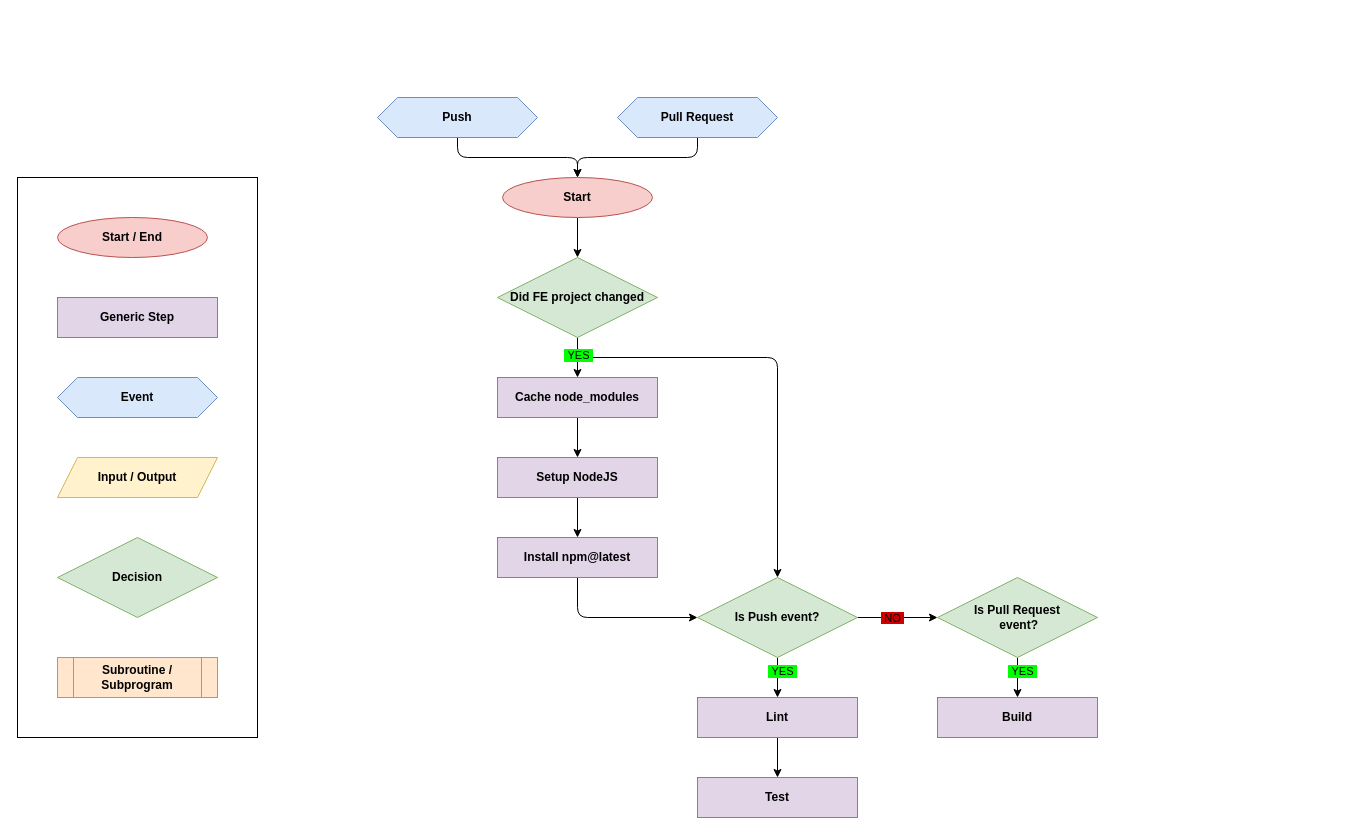
Above: wiki/ci/ci-develop-frontend.drawio in paulAlexSerban/tpl--living-style-guide (draw.io), before the change. Source tidied: cells renumbered, new cells numbered last; positions are measured from the earlier drawing's top-left corner, leaving out a move shared by most shapes. Both pictures are drawn from the tidied source at 100%, with x=0, y=0 at pixel (17, 97).
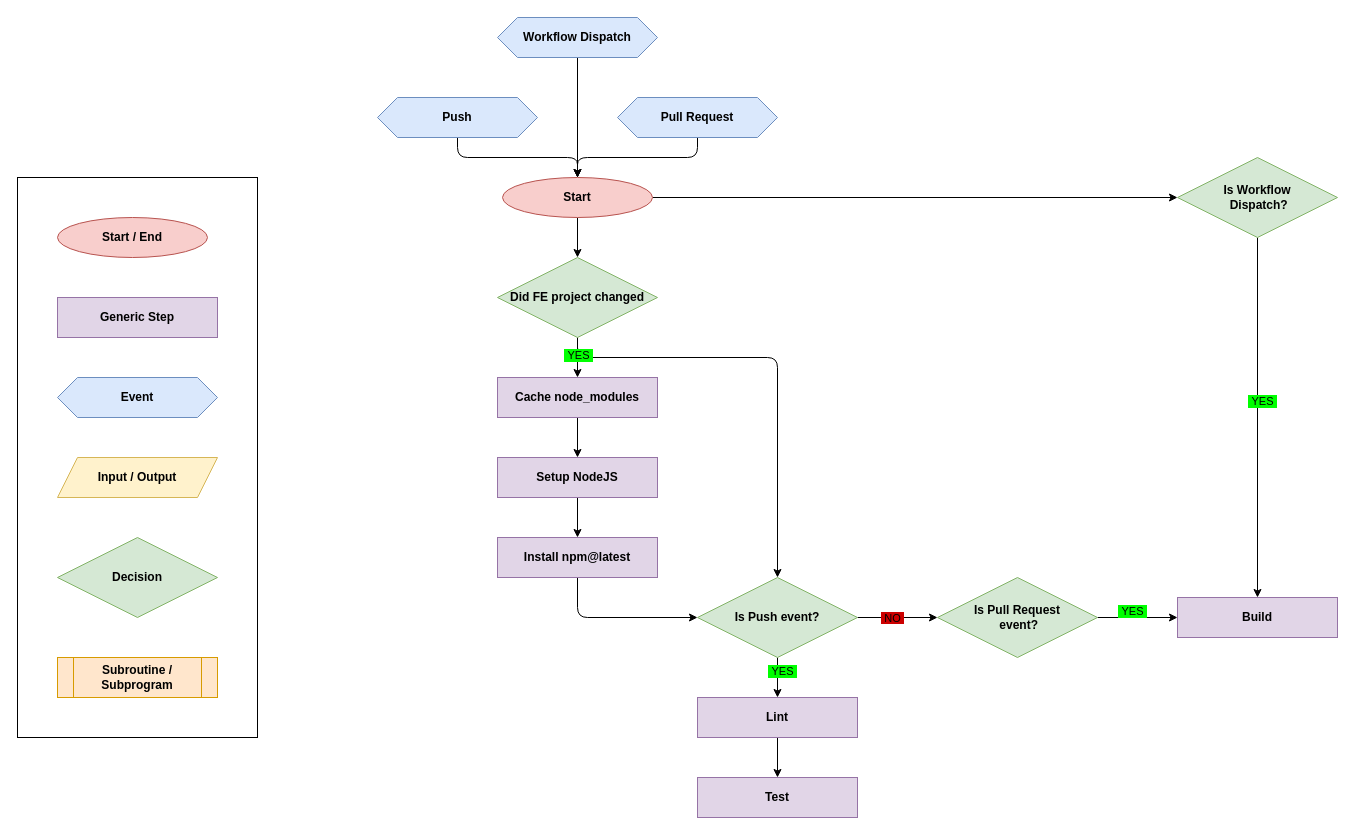
The same diagram, later.

Unchanged cells that the change refers to:
```xml
<mxCell id="13" value="&lt;font color=&quot;#000000&quot;&gt;Start&lt;br&gt;&lt;/font&gt;" style="ellipse;whiteSpace=wrap;html=1;fillColor=#f8cecc;strokeColor=#b85450;fontStyle=1;" parent="1" vertex="1">
  <mxGeometry x="485" y="80" width="150" height="40" as="geometry" />
</mxCell>
<mxCell id="34" value="&lt;font color=&quot;#000000&quot;&gt;&lt;b&gt;Is Pull Request&lt;br&gt;&amp;nbsp;event?&lt;/b&gt;&lt;/font&gt;" style="rhombus;whiteSpace=wrap;html=1;fillColor=#d5e8d4;strokeColor=#82b366;" parent="1" vertex="1">
  <mxGeometry x="920" y="480" width="160" height="80" as="geometry" />
</mxCell>
```

The edit, as a diff of the source:
```diff
@@
+    <mxCell id="37" style="edgeStyle=none;html=1;entryX=0;entryY=0.5;entryDx=0;entryDy=0;" parent="1" edge="1" source="13" target="41">
+      <mxGeometry relative="1" as="geometry" />
+    </mxCell>
@@
-    <mxCell id="33" style="edgeStyle=none;html=1;entryX=0.5;entryY=0;entryDx=0;entryDy=0;" parent="1" edge="1" source="34" target="36">
+    <mxCell id="33" style="edgeStyle=none;html=1;entryX=0;entryY=0.5;entryDx=0;entryDy=0;" parent="1" edge="1" source="34" target="36">
       <mxGeometry relative="1" as="geometry" />
     </mxCell>
@@
     <mxCell id="35" value="&lt;font color=&quot;#000000&quot;&gt;&amp;nbsp;YES&amp;nbsp;&lt;br&gt;&lt;/font&gt;" style="edgeLabel;html=1;align=center;verticalAlign=middle;labelBackgroundColor=#00FF00;" parent="1" vertex="1">
-      <mxGeometry x="820" y="260" as="geometry">
+      <mxGeometry x="930" y="200" as="geometry">
         <mxPoint x="184" y="313" as="offset" />
       </mxGeometry>
     </mxCell>
     <mxCell id="36" value="&lt;b&gt;Build&lt;br&gt;&lt;/b&gt;" style="rounded=0;whiteSpace=wrap;html=1;fillColor=#e1d5e7;strokeColor=#9673a6;fontColor=#000000;" parent="1" vertex="1">
-      <mxGeometry x="920" y="600" width="160" height="40" as="geometry" />
+      <mxGeometry x="1160" y="500" width="160" height="40" as="geometry" />
     </mxCell>
+    <mxCell id="38" style="edgeStyle=none;html=1;entryX=0.5;entryY=0;entryDx=0;entryDy=0;" parent="1" edge="1" source="39" target="13">
+      <mxGeometry relative="1" as="geometry" />
+    </mxCell>
+    <mxCell id="39" value="&lt;b&gt;&lt;font color=&quot;#000000&quot;&gt;Workflow Dispatch&lt;/font&gt;&lt;/b&gt;" style="shape=hexagon;perimeter=hexagonPerimeter2;whiteSpace=wrap;html=1;fixedSize=1;fillColor=#dae8fc;strokeColor=#6c8ebf;" parent="1" vertex="1">
+      <mxGeometry x="480" y="-80" width="160" height="40" as="geometry" />
+    </mxCell>
+    <mxCell id="40" style="edgeStyle=none;html=1;entryX=0.5;entryY=0;entryDx=0;entryDy=0;" parent="1" edge="1" source="41" target="36">
+      <mxGeometry relative="1" as="geometry" />
+    </mxCell>
+    <mxCell id="41" value="&lt;font color=&quot;#000000&quot;&gt;&lt;b&gt;Is Workflow&lt;br&gt;&amp;nbsp;Dispatch?&lt;/b&gt;&lt;/font&gt;" style="rhombus;whiteSpace=wrap;html=1;fillColor=#d5e8d4;strokeColor=#82b366;" parent="1" vertex="1">
+      <mxGeometry x="1160" y="60" width="160" height="80" as="geometry" />
+    </mxCell>
+    <mxCell id="42" value="&lt;font color=&quot;#000000&quot;&gt;&amp;nbsp;YES&amp;nbsp;&lt;br&gt;&lt;/font&gt;" style="edgeLabel;html=1;align=center;verticalAlign=middle;labelBackgroundColor=#00FF00;" parent="1" vertex="1">
+      <mxGeometry x="1060" y="-10" as="geometry">
+        <mxPoint x="184" y="313" as="offset" />
+      </mxGeometry>
+    </mxCell>
```
